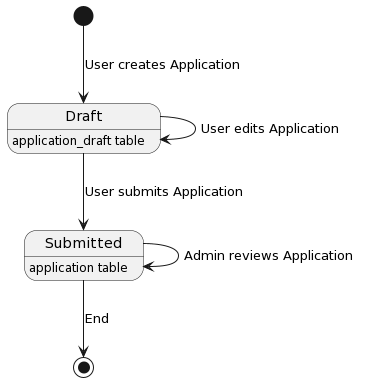
This is Design/Application Submission Pipeline.png from ytgov/student-financial-aid, a PlantUML export, as it was before one commit. The source it was exported from:
```plantuml
@startuml
[*] --> Draft : User creates Application
Draft --> Draft : User edits Application
Draft --> Submitted : User submits Application
Draft : application_draft table
Submitted : application table
Submitted --> Submitted : Admin reviews Application
Submitted --> [*] : End
@enduml
```
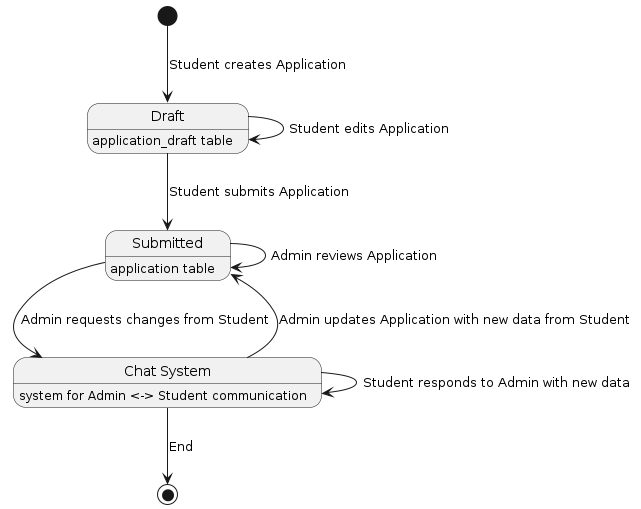
Above is the later version.

Commit message:
:tophat: Add more info to diagram of student application pipeline.

Diff of the diagram source:
```diff
@@ -1,9 +1,14 @@
-@startuml
-[*] --> Draft : User creates Application
-Draft --> Draft : User edits Application
-Draft --> Submitted : User submits Application
+@startuml "Application Submission Pipeline"
+[*] --> Draft : Student creates Application
 Draft : application_draft table
 Submitted : application table
+state "Chat System" as Chat : system for Admin <-> Student communication
+Draft --> Draft : Student edits Application
+Draft --> Submitted : Student submits Application
 Submitted --> Submitted : Admin reviews Application
-Submitted --> [*] : End
+Submitted --> Chat : Admin requests changes from Student
+Chat --> Chat : Student responds to Admin with new data
+Chat --> Submitted : Admin updates Application with new data from Student
+Chat --> [*] : End
+
 @enduml
```
